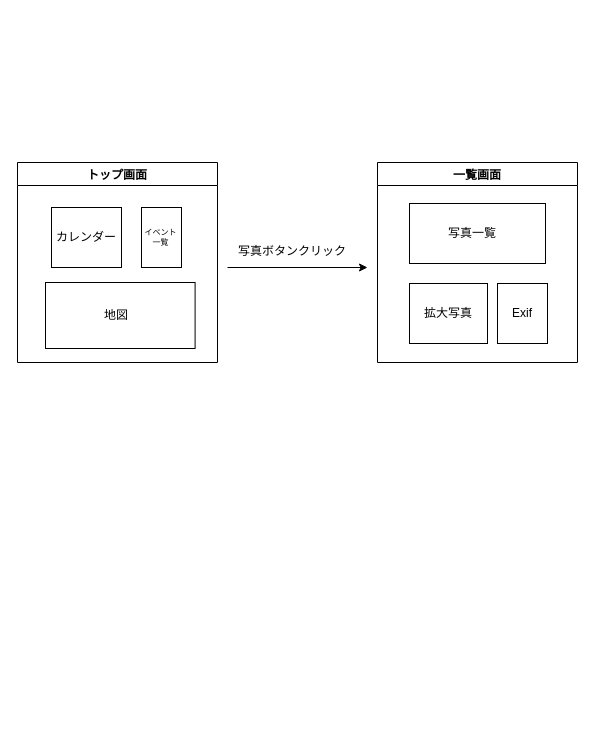
The draw.io diagram screens_doc.dio in roundshape/life_album, before the edit. Source tidied: cells renumbered, new cells numbered last; positions are measured from the earlier drawing's top-left corner, leaving out a move shared by most shapes. Both pictures are drawn from the tidied source at 100%, with x=0, y=0 at pixel (17, 162).
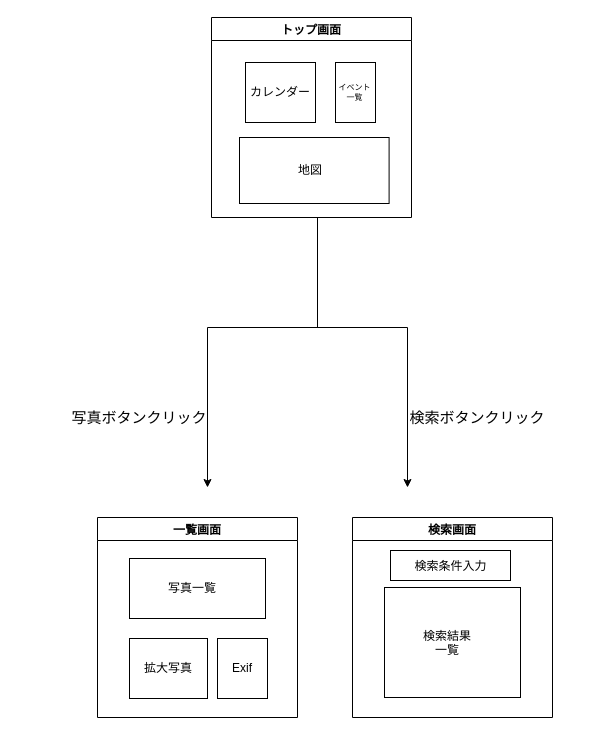
The same page after the edit.

Diff of the diagram source:
```diff
@@
     <mxCell id="2" value="トップ画面" style="swimlane;" parent="1" vertex="1">
-      <mxGeometry width="200" height="200" as="geometry" />
+      <mxGeometry x="194" y="-145" width="200" height="200" as="geometry" />
     </mxCell>
@@
     <mxCell id="9" value="一覧画面" style="swimlane;" parent="1" vertex="1">
-      <mxGeometry x="360" width="200" height="200" as="geometry" />
+      <mxGeometry x="80" y="355" width="200" height="200" as="geometry" />
     </mxCell>
@@
     <mxCell id="14" style="endArrow=classic;html=1;" parent="1" edge="1">
       <mxGeometry relative="1" as="geometry">
-        <mxPoint x="210" y="105" as="sourcePoint" />
-        <mxPoint x="350" y="105" as="targetPoint" />
+        <mxPoint x="190" y="165" as="sourcePoint" />
+        <mxPoint x="190" y="325" as="targetPoint" />
       </mxGeometry>
     </mxCell>
-    <mxCell id="15" value="写真ボタンクリック" style="text;html=1;strokeColor=none;fillColor=none;align=center;verticalAlign=middle;whiteSpace=wrap;overflow=hidden;" parent="1" vertex="1">
-      <mxGeometry x="195" y="69" width="160" height="40" as="geometry" />
+    <mxCell id="15" value="写真ボタンクリック" style="text;html=1;strokeColor=none;fillColor=none;align=center;verticalAlign=middle;whiteSpace=wrap;overflow=hidden;fontSize=15;" parent="1" vertex="1">
+      <mxGeometry x="42" y="235" width="160" height="40" as="geometry" />
     </mxCell>
+    <mxCell id="16" value="検索画面" style="swimlane;" parent="1" vertex="1">
+      <mxGeometry x="335" y="355" width="200" height="200" as="geometry" />
+    </mxCell>
+    <mxCell id="17" style="rounded=0;whiteSpace=wrap;html=1;" parent="16" vertex="1">
+      <mxGeometry x="32" y="70" width="136" height="110" as="geometry" />
+    </mxCell>
+    <mxCell id="18" value="検索結果一覧" style="text;html=1;strokeColor=none;fillColor=none;align=center;verticalAlign=middle;whiteSpace=wrap;overflow=hidden;" parent="16" vertex="1">
+      <mxGeometry x="70" y="109" width="50" height="30" as="geometry" />
+    </mxCell>
+    <mxCell id="19" style="rounded=0;whiteSpace=wrap;html=1;fontSize=15;" parent="16" vertex="1">
+      <mxGeometry x="38" y="33" width="120" height="30" as="geometry" />
+    </mxCell>
+    <mxCell id="20" value="検索条件入力" style="text;html=1;strokeColor=none;fillColor=none;align=center;verticalAlign=middle;whiteSpace=wrap;overflow=hidden;" parent="16" vertex="1">
+      <mxGeometry x="56" y="34" width="85" height="30" as="geometry" />
+    </mxCell>
+    <mxCell id="21" style="endArrow=classic;html=1;" parent="1" edge="1">
+      <mxGeometry relative="1" as="geometry">
+        <mxPoint x="390" y="165" as="sourcePoint" />
+        <mxPoint x="390" y="325" as="targetPoint" />
+      </mxGeometry>
+    </mxCell>
+    <mxCell id="22" value="検索ボタンクリック" style="text;html=1;strokeColor=none;fillColor=none;align=center;verticalAlign=middle;whiteSpace=wrap;overflow=hidden;fontSize=15;" parent="1" vertex="1">
+      <mxGeometry x="380" y="235" width="160" height="40" as="geometry" />
+    </mxCell>
+    <mxCell id="23" style="endArrow=none;html=1;" parent="1" edge="1">
+      <mxGeometry relative="1" as="geometry">
+        <mxPoint x="190" y="165" as="sourcePoint" />
+        <mxPoint x="390" y="165" as="targetPoint" />
+      </mxGeometry>
+    </mxCell>
+    <mxCell id="24" style="endArrow=none;html=1;" parent="1" edge="1">
+      <mxGeometry relative="1" as="geometry">
+        <mxPoint x="300" y="165" as="sourcePoint" />
+        <mxPoint x="300" y="55" as="targetPoint" />
+      </mxGeometry>
+    </mxCell>
```
